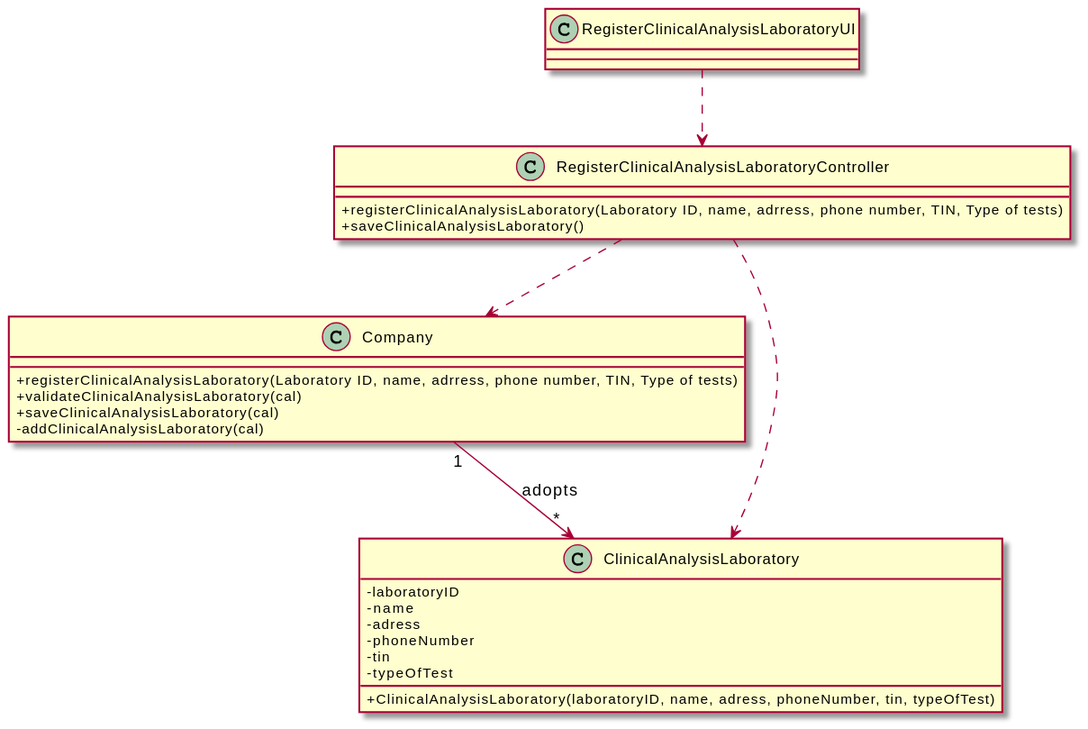
Above: docs/SprintB/US_8/ImagesUsed/US8_CD.svg in RuiRioPina/LAPR2-20-21 (PlantUML), before the change. The source it was exported from:
```plantuml
@startuml
skinparam classAttributeIconSize 0

class RegisterClinicalAnalysisLaboratoryUI {
}

class RegisterClinicalAnalysisLaboratoryController {
  +registerClinicalAnalysisLaboratory(Laboratory ID, name, adrress, phone number, TIN, Type of tests)
  +saveClinicalAnalysisLaboratory()
}

class Company
{
  +registerClinicalAnalysisLaboratory(Laboratory ID, name, adrress, phone number, TIN, Type of tests)
  +validateClinicalAnalysisLaboratory(cal)
  +saveClinicalAnalysisLaboratory(cal)
  -addClinicalAnalysisLaboratory(cal)
}

class ClinicalAnalysisLaboratory {
  -laboratoryID
  -name
  -adress
  -phoneNumber
  -tin
  -typeOfTest
  +ClinicalAnalysisLaboratory(laboratoryID, name, adress, phoneNumber, tin, typeOfTest)
}

RegisterClinicalAnalysisLaboratoryUI ..> RegisterClinicalAnalysisLaboratoryController
RegisterClinicalAnalysisLaboratoryController ..> Company
RegisterClinicalAnalysisLaboratoryController ..> ClinicalAnalysisLaboratory
Company "1" --> "*" ClinicalAnalysisLaboratory : adopts
@enduml
```
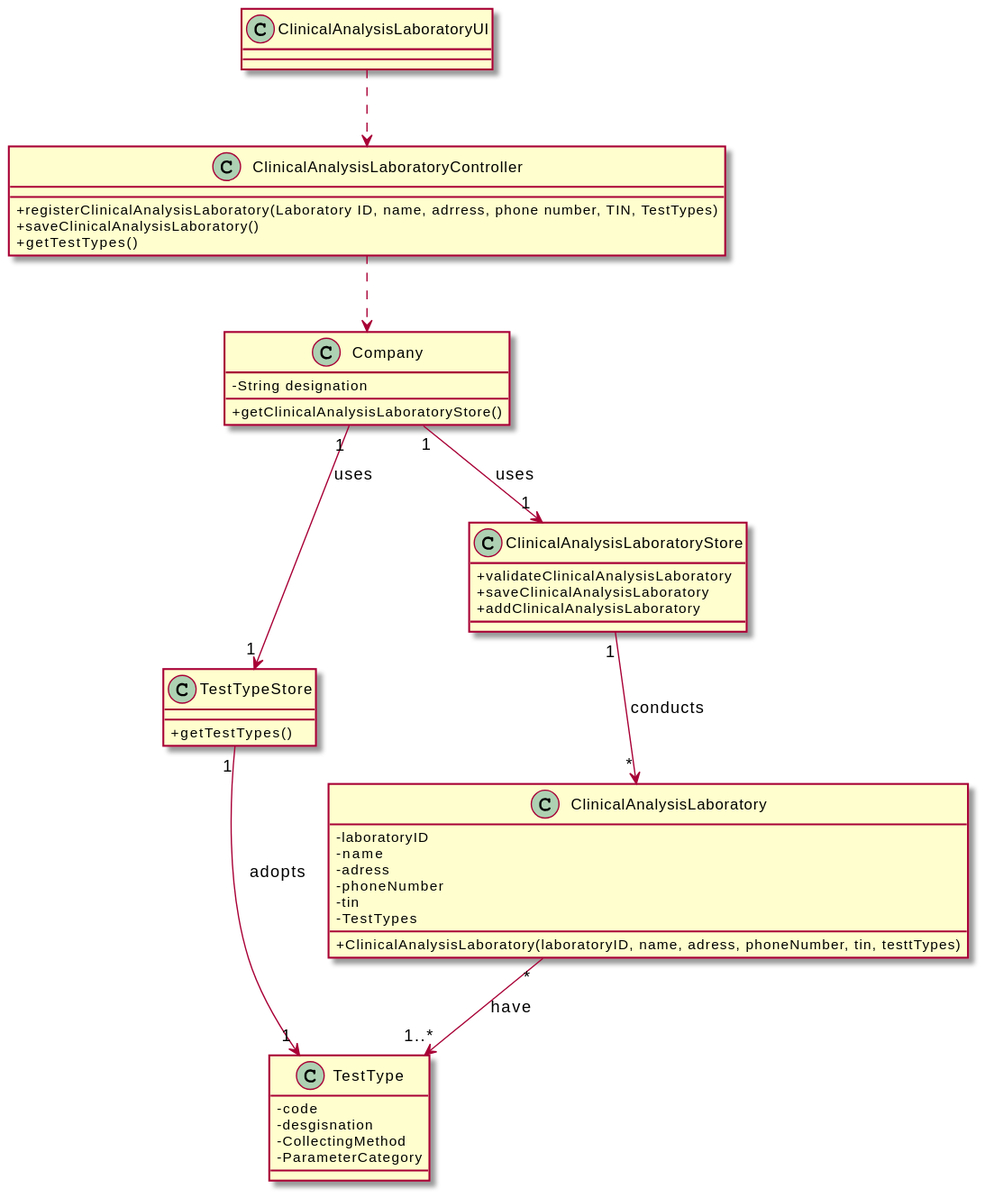
After the change.

The edit, as a diff of the source:
```diff
@@ -1,20 +1,30 @@
 @startuml
 skinparam classAttributeIconSize 0
 
-class RegisterClinicalAnalysisLaboratoryUI {
+class ClinicalAnalysisLaboratoryUI {
 }
 
-class RegisterClinicalAnalysisLaboratoryController {
-  +registerClinicalAnalysisLaboratory(Laboratory ID, name, adrress, phone number, TIN, Type of tests)
+class ClinicalAnalysisLaboratoryController {
+  +registerClinicalAnalysisLaboratory(Laboratory ID, name, adrress, phone number, TIN, TestTypes)
   +saveClinicalAnalysisLaboratory()
+  +getTestTypes()
 }
 
 class Company
 {
-  +registerClinicalAnalysisLaboratory(Laboratory ID, name, adrress, phone number, TIN, Type of tests)
-  +validateClinicalAnalysisLaboratory(cal)
-  +saveClinicalAnalysisLaboratory(cal)
-  -addClinicalAnalysisLaboratory(cal)
+  -String designation
+  +getClinicalAnalysisLaboratoryStore()
+}
+
+class TestTypeStore{
+  +getTestTypes()
+}
+
+class TestType{
+  -code
+  -desgisnation
+  -CollectingMethod
+  -ParameterCategory
 }
 
 class ClinicalAnalysisLaboratory {
@@ -23,12 +33,21 @@
   -adress
   -phoneNumber
   -tin
-  -typeOfTest
-  +ClinicalAnalysisLaboratory(laboratoryID, name, adress, phoneNumber, tin, typeOfTest)
+  -TestTypes
+  +ClinicalAnalysisLaboratory(laboratoryID, name, adress, phoneNumber, tin, testtTypes)
 }
 
-RegisterClinicalAnalysisLaboratoryUI ..> RegisterClinicalAnalysisLaboratoryController
-RegisterClinicalAnalysisLaboratoryController ..> Company
-RegisterClinicalAnalysisLaboratoryController ..> ClinicalAnalysisLaboratory
-Company "1" --> "*" ClinicalAnalysisLaboratory : adopts
+class ClinicalAnalysisLaboratoryStore{
+  +validateClinicalAnalysisLaboratory
+  +saveClinicalAnalysisLaboratory
+  +addClinicalAnalysisLaboratory
+}
+
+ClinicalAnalysisLaboratoryUI ..> ClinicalAnalysisLaboratoryController
+ClinicalAnalysisLaboratoryController..> Company
+Company "1" --> "1" ClinicalAnalysisLaboratoryStore: uses
+Company "1" --> "1" TestTypeStore: uses
+ClinicalAnalysisLaboratoryStore"1" --> "*" ClinicalAnalysisLaboratory: conducts
+TestTypeStore"1" --> "1" TestType: adopts
+ClinicalAnalysisLaboratory"*" --> "1..*" TestType: have
 @enduml
```
